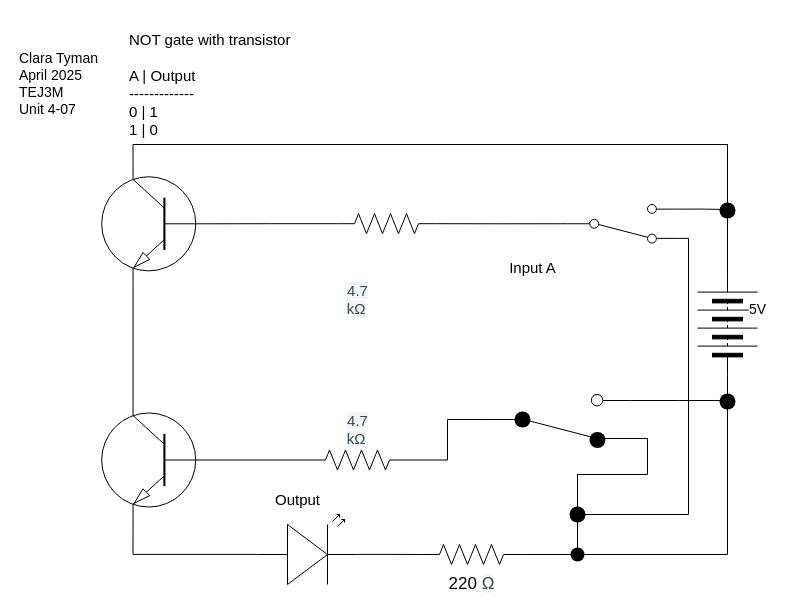
Before: unit4-08/unit-4-08.drawio in clara-tyman2/TEJ3M---Unit-4, a draw.io diagram. Source tidied: cells renumbered, new cells numbered last; positions are measured from the earlier drawing's top-left corner, leaving out a move shared by most shapes. Both pictures are drawn from the tidied source at 100%, with x=0, y=0 at pixel (17, 24).
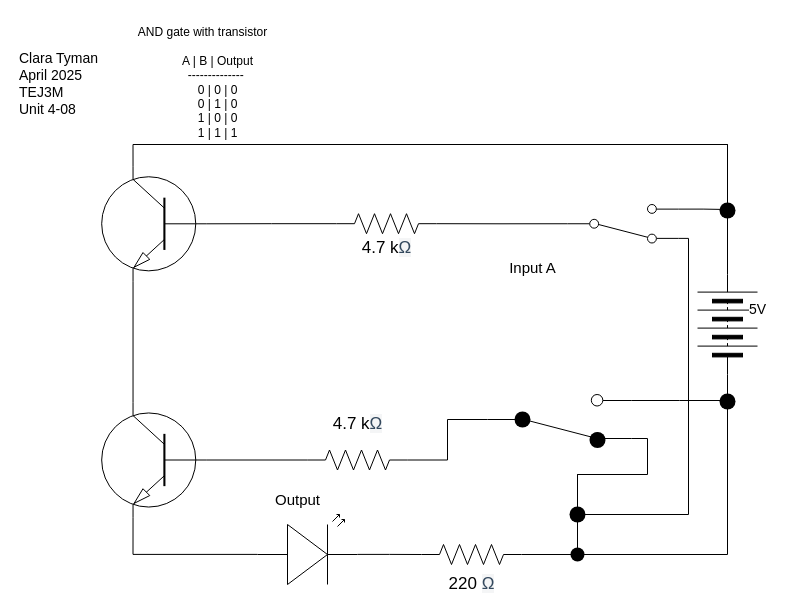
After the change.

Commit message (it also covers changes not shown here):
truth table fix for 4-08 and final copy

Diff of the diagram source:
```diff
@@
-    <mxCell id="11" value="&lt;span style=&quot;font-size: 15px;&quot;&gt;NOT gate with transistor&lt;/span&gt;&lt;br&gt;&lt;div&gt;&lt;div&gt;&lt;span style=&quot;font-size: 15px;&quot;&gt;&lt;br&gt;&lt;/span&gt;&lt;/div&gt;&lt;div&gt;&lt;span style=&quot;font-size: 15px;&quot;&gt;A | Output&lt;/span&gt;&lt;/div&gt;&lt;div&gt;&lt;span style=&quot;font-size: 15px;&quot;&gt;-------------&lt;/span&gt;&lt;/div&gt;&lt;div&gt;&lt;span style=&quot;font-size: 15px;&quot;&gt;0 | 1&lt;/span&gt;&lt;/div&gt;&lt;div&gt;&lt;span style=&quot;font-size: 15px;&quot;&gt;1 | 0&lt;/span&gt;&lt;/div&gt;&lt;/div&gt;" style="text;html=1;align=left;verticalAlign=middle;strokeColor=none;fillColor=none;fontFamily=Helvetica;fontSize=11;fontColor=default;labelBackgroundColor=default;" parent="1" vertex="1">
-      <mxGeometry x="110" width="180" height="120" as="geometry" />
-    </mxCell>
-    <mxCell id="12" value="Clara Tyman&#10;April 2025&#10;TEJ3M&#10;Unit 4-07" style="text;align=left;verticalAlign=middle;strokeColor=none;fillColor=none;fontFamily=Helvetica;fontSize=14;fontColor=default;labelBackgroundColor=default;flipH=1;flipV=1;rotation=0;" parent="1" vertex="1">
+    <mxCell id="12" value="Clara Tyman&#10;April 2025&#10;TEJ3M&#10;Unit 4-08" style="text;align=left;verticalAlign=middle;strokeColor=none;fillColor=none;fontFamily=Helvetica;fontSize=14;fontColor=default;labelBackgroundColor=default;flipH=1;flipV=1;rotation=0;" parent="1" vertex="1">
       <mxGeometry y="18" width="100" height="80" as="geometry" />
     </mxCell>
@@
-    <mxCell id="18" value="&lt;span style=&quot;color: rgb(52, 73, 94); font-family: ArtifaktElement-Medium, sans-serif; font-size: 15px; text-align: left; text-wrap-mode: wrap; background-color: rgb(244, 245, 246);&quot;&gt;4.7 kΩ&lt;/span&gt;&amp;nbsp;" style="text;html=1;align=center;verticalAlign=middle;strokeColor=none;fillColor=none;fontFamily=Helvetica;fontSize=11;fontColor=default;labelBackgroundColor=default;" parent="1" vertex="1">
-      <mxGeometry x="305" y="260" width="70" height="30" as="geometry" />
-    </mxCell>
@@
-    <mxCell id="25" value="&lt;span style=&quot;color: rgb(52, 73, 94); font-family: ArtifaktElement-Medium, sans-serif; font-size: 15px; text-align: left; text-wrap-mode: wrap; background-color: rgb(244, 245, 246);&quot;&gt;4.7 kΩ&lt;/span&gt;&amp;nbsp;" style="text;html=1;align=center;verticalAlign=middle;strokeColor=none;fillColor=none;fontFamily=Helvetica;fontSize=11;fontColor=default;labelBackgroundColor=default;" parent="1" vertex="1">
-      <mxGeometry x="305" y="390" width="70" height="30" as="geometry" />
-    </mxCell>
@@
+    <mxCell id="41" value="&lt;font style=&quot;font-size: 17px;&quot;&gt;4.7 k&lt;span style=&quot;color: rgb(52, 73, 94); font-family: ArtifaktElement-Medium, sans-serif; text-align: left; text-wrap-mode: wrap; background-color: rgb(244, 245, 246);&quot;&gt;Ω&lt;/span&gt;&lt;/font&gt;" style="text;html=1;align=center;verticalAlign=middle;strokeColor=none;fillColor=none;fontFamily=Helvetica;fontSize=11;fontColor=default;labelBackgroundColor=default;" parent="1" vertex="1">
+      <mxGeometry x="334" y="209.2" width="70" height="30" as="geometry" />
+    </mxCell>
+    <mxCell id="42" value="&lt;font style=&quot;font-size: 17px;&quot;&gt;4.7 k&lt;span style=&quot;color: rgb(52, 73, 94); font-family: ArtifaktElement-Medium, sans-serif; text-align: left; text-wrap-mode: wrap; background-color: rgb(244, 245, 246);&quot;&gt;Ω&lt;/span&gt;&lt;/font&gt;" style="text;html=1;align=center;verticalAlign=middle;strokeColor=none;fillColor=none;fontFamily=Helvetica;fontSize=11;fontColor=default;labelBackgroundColor=default;" parent="1" vertex="1">
+      <mxGeometry x="305" y="385" width="70" height="30" as="geometry" />
+    </mxCell>
+    <mxCell id="43" value="&lt;div&gt;&lt;font color=&quot;#000000&quot;&gt;&lt;span style=&quot;font-size: 12px;&quot;&gt;AND gate with transistor&lt;/span&gt;&lt;/font&gt;&lt;/div&gt;&lt;div&gt;&lt;font color=&quot;#000000&quot;&gt;&lt;span style=&quot;font-size: 12px;&quot;&gt;&lt;br&gt;&lt;/span&gt;&lt;/font&gt;&lt;/div&gt;&lt;div&gt;&lt;font color=&quot;#000000&quot;&gt;&lt;span style=&quot;font-size: 12px;&quot;&gt;&amp;nbsp; &amp;nbsp; &amp;nbsp; &amp;nbsp; &amp;nbsp;A | B | Output&lt;/span&gt;&lt;/font&gt;&lt;/div&gt;&lt;div&gt;&lt;font color=&quot;#000000&quot;&gt;&lt;span style=&quot;font-size: 12px;&quot;&gt;&amp;nbsp; &amp;nbsp; &amp;nbsp; &amp;nbsp; --------------&lt;/span&gt;&lt;/font&gt;&lt;/div&gt;&lt;div&gt;&lt;font color=&quot;#000000&quot;&gt;&lt;span style=&quot;font-size: 12px;&quot;&gt;&amp;nbsp; &amp;nbsp; &amp;nbsp; &amp;nbsp; &amp;nbsp;0 | 0 | 0&lt;/span&gt;&lt;/font&gt;&lt;/div&gt;&lt;div&gt;&lt;font color=&quot;#000000&quot;&gt;&lt;span style=&quot;font-size: 12px;&quot;&gt;&amp;nbsp; &amp;nbsp; &amp;nbsp; &amp;nbsp; &amp;nbsp;0 | 1 | 0&lt;/span&gt;&lt;/font&gt;&lt;/div&gt;&lt;div&gt;&lt;font color=&quot;#000000&quot;&gt;&lt;span style=&quot;font-size: 12px;&quot;&gt;&amp;nbsp; &amp;nbsp; &amp;nbsp; &amp;nbsp; &amp;nbsp;1 | 0 | 0&lt;/span&gt;&lt;/font&gt;&lt;/div&gt;&lt;div&gt;&lt;font color=&quot;#000000&quot;&gt;&lt;span style=&quot;font-size: 12px;&quot;&gt;&amp;nbsp; &amp;nbsp; &amp;nbsp; &amp;nbsp; &amp;nbsp;1 | 1 | 1&lt;/span&gt;&lt;/font&gt;&lt;/div&gt;" style="text;html=1;align=center;verticalAlign=middle;strokeColor=none;fillColor=none;" parent="1" vertex="1">
+      <mxGeometry x="110" y="-7" width="150" height="130" as="geometry" />
+    </mxCell>
```
